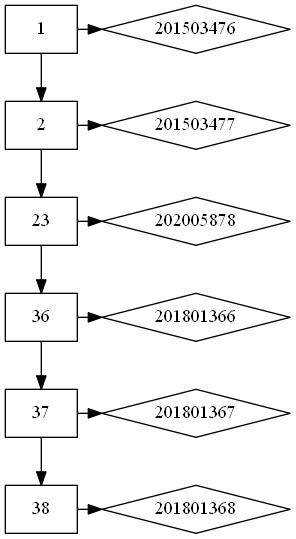
Before: Graphics/HashTable.png, a diagram exported from Graphviz (Guillermo-O-C/EDD_1S20200_PY2_201801366). Its source is kept beside it as TextFiles/HashTable.dot. Source of this version:
```dot
digraph G {
 node[shape=diamond]
Slot_1->Slot_2->Slot_23->Slot_36->Slot_37->Slot_38;Slot_1->201503476[constraint=true];
Slot_2->201503477[constraint=true];
Slot_23->202005878[constraint=true];
Slot_36->201801366[constraint=true];
Slot_37->201801367[constraint=true];
Slot_38->201801368[constraint=true];
{rank=same Slot_1 201503476}
{rank=same Slot_2 201503477}
{rank=same Slot_23 202005878}
{rank=same Slot_36 201801366}
{rank=same Slot_37 201801367}
{rank=same Slot_38 201801368}
Slot_1[label="1" shape=box];Slot_2[label="2" shape=box];Slot_23[label="23" shape=box];Slot_36[label="36" shape=box];Slot_37[label="37" shape=box];Slot_38[label="38" shape=box];
}}
```
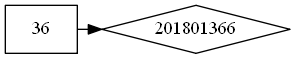
After the change.

Change to the diagram source:
```diff
@@ -1,16 +1,6 @@
 digraph G {
  node[shape=diamond]
-Slot_1->Slot_2->Slot_23->Slot_36->Slot_37->Slot_38;Slot_1->201503476[constraint=true];
-Slot_2->201503477[constraint=true];
-Slot_23->202005878[constraint=true];
-Slot_36->201801366[constraint=true];
-Slot_37->201801367[constraint=true];
-Slot_38->201801368[constraint=true];
-{rank=same Slot_1 201503476}
-{rank=same Slot_2 201503477}
-{rank=same Slot_23 202005878}
+Slot_36;Slot_36->201801366[constraint=true];
 {rank=same Slot_36 201801366}
-{rank=same Slot_37 201801367}
-{rank=same Slot_38 201801368}
-Slot_1[label="1" shape=box];Slot_2[label="2" shape=box];Slot_23[label="23" shape=box];Slot_36[label="36" shape=box];Slot_37[label="37" shape=box];Slot_38[label="38" shape=box];
+Slot_36[label="36" shape=box];
 }}
```
